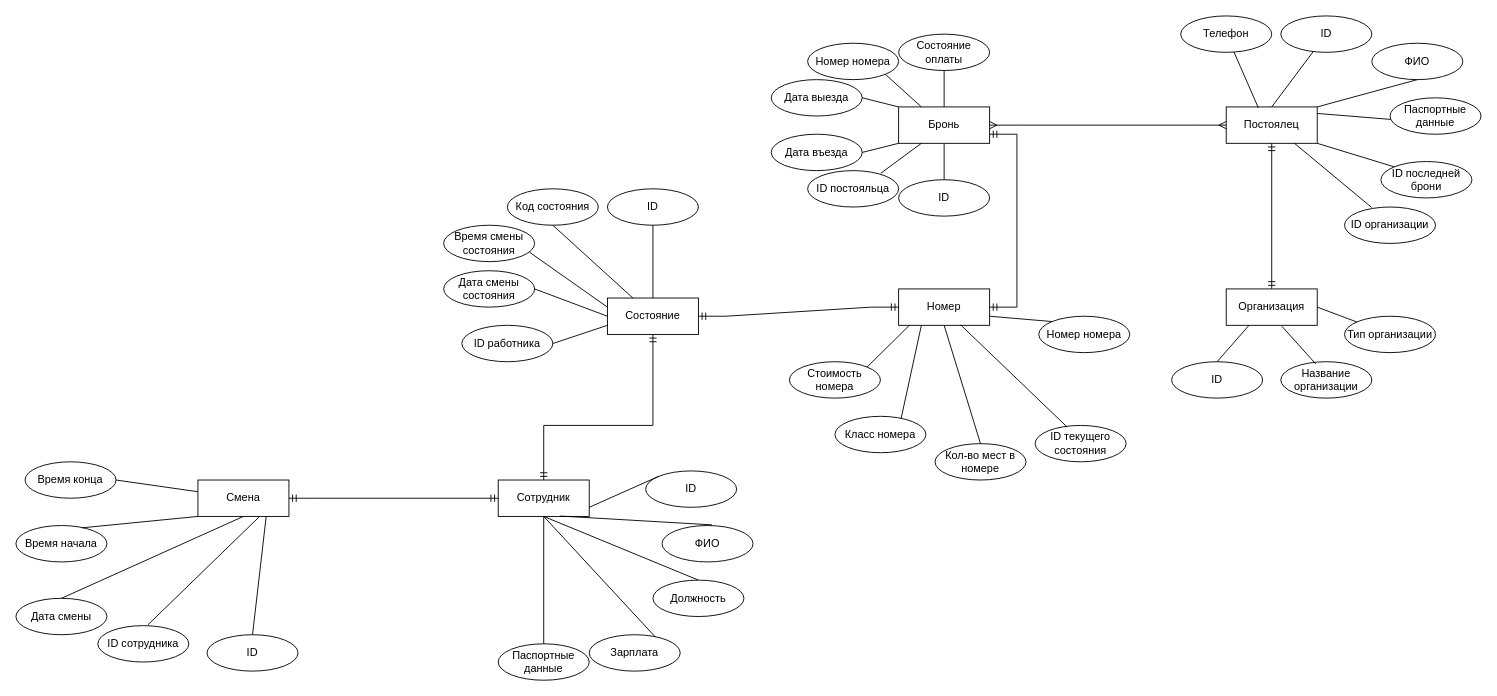
This is page "Диаграмма RU" (3 of 3) of Kostylev_Hostel.drawio from Haxersociety/DataBase_Hostel, a draw.io file, before an edit. Source tidied: cells renumbered, new cells numbered last; positions are measured from the earlier drawing's top-left corner, leaving out a move shared by most shapes. Both pictures are drawn from the tidied source at 91%, with x=0, y=0 at pixel (15, 15).
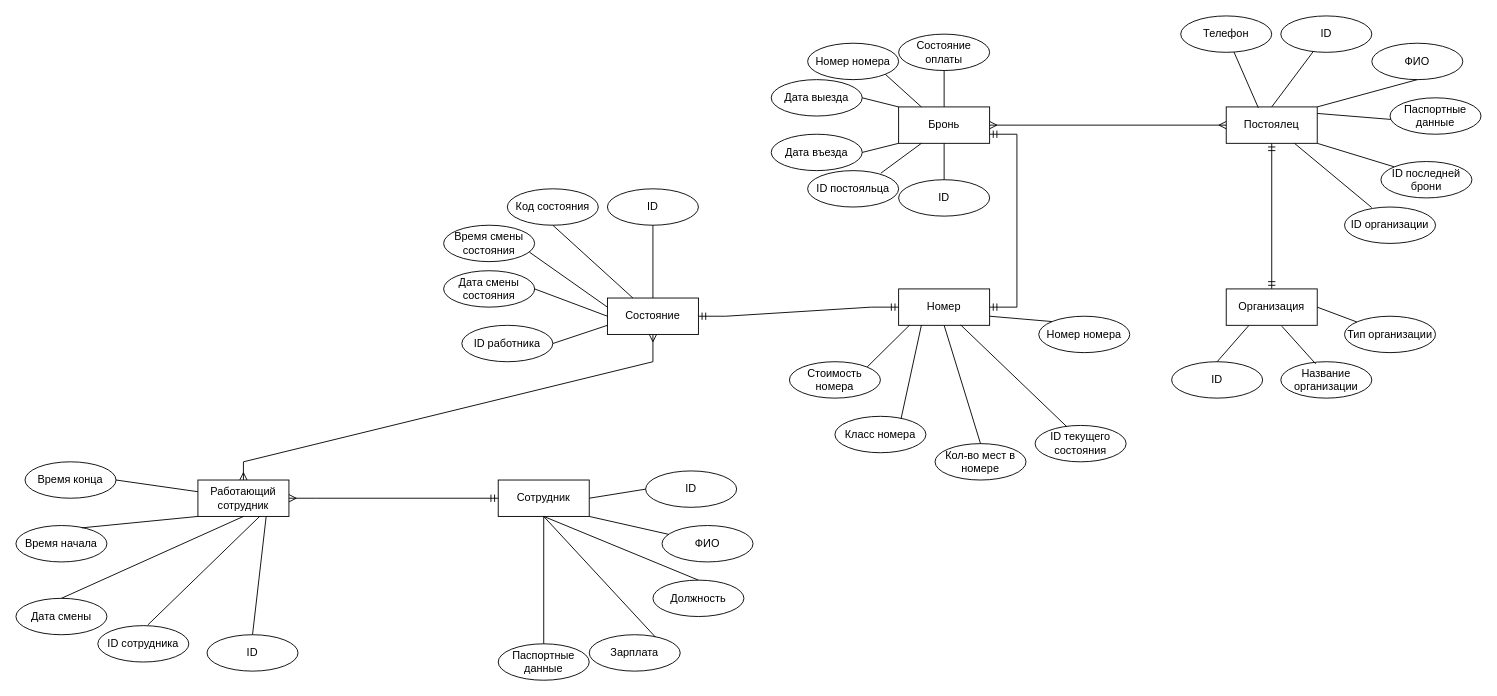
After the change.

Unchanged cells that the change refers to:
```xml
<mxCell id="50" value="Сотрудник" style="whiteSpace=wrap;html=1;align=center;" parent="1" vertex="1">
  <mxGeometry x="530" y="510" width="100" height="40" as="geometry" />
</mxCell>
<mxCell id="53" value="ФИО" style="ellipse;whiteSpace=wrap;html=1;align=center;strokeColor=default;" parent="1" vertex="1">
  <mxGeometry x="710" y="560" width="100" height="40" as="geometry" />
</mxCell>
<mxCell id="54" value="ID" style="ellipse;whiteSpace=wrap;html=1;align=center;strokeColor=default;" parent="1" vertex="1">
  <mxGeometry x="692" y="500" width="100" height="40" as="geometry" />
</mxCell>
<mxCell id="73" value="Состояние" style="whiteSpace=wrap;html=1;align=center;" parent="1" vertex="1">
  <mxGeometry x="650" y="310" width="100" height="40" as="geometry" />
</mxCell>
```

What changed in the source:
```diff
@@
-    <mxCell id="49" style="edgeStyle=orthogonalEdgeStyle;rounded=0;jettySize=auto;html=1;entryX=0.5;entryY=1;entryDx=0;entryDy=0;startArrow=ERmandOne;startFill=0;endArrow=ERmandOne;endFill=0;" parent="1" edge="1" source="50" target="73">
-      <mxGeometry relative="1" as="geometry">
-        <Array as="points">
-          <mxPoint x="580" y="450" />
-          <mxPoint x="700" y="450" />
-        </Array>
-      </mxGeometry>
-    </mxCell>
@@
-    <mxCell id="55" style="endArrow=none;html=1;rounded=0;exitX=0;exitY=0;exitDx=0;exitDy=0;entryX=1;entryY=0.75;entryDx=0;entryDy=0;" parent="1" edge="1" source="54" target="50">
+    <mxCell id="55" style="endArrow=none;html=1;rounded=0;exitX=0;exitY=0.5;exitDx=0;exitDy=0;entryX=1;entryY=0.5;entryDx=0;entryDy=0;" parent="1" edge="1" source="54" target="50">
       <mxGeometry relative="1" as="geometry" />
     </mxCell>
@@
-    <mxCell id="58" style="endArrow=none;html=1;rounded=0;exitX=0.549;exitY=-0.018;exitDx=0;exitDy=0;exitPerimeter=0;entryX=0.682;entryY=0.99;entryDx=0;entryDy=0;entryPerimeter=0;" parent="1" edge="1" source="53" target="50">
+    <mxCell id="58" style="endArrow=none;html=1;rounded=0;exitX=0.074;exitY=0.243;exitDx=0;exitDy=0;exitPerimeter=0;entryX=1;entryY=1;entryDx=0;entryDy=0;" parent="1" edge="1" source="53" target="50">
       <mxGeometry relative="1" as="geometry" />
     </mxCell>
@@
-    <mxCell id="61" value="Смена" style="whiteSpace=wrap;html=1;align=center;" parent="1" vertex="1">
+    <mxCell id="61" value="Работающий сотрудник" style="whiteSpace=wrap;html=1;align=center;" parent="1" vertex="1">
       <mxGeometry x="200" y="510" width="100" height="40" as="geometry" />
     </mxCell>
@@
-    <mxCell id="72" style="edgeStyle=entityRelationEdgeStyle;fontSize=12;html=1;endArrow=ERmandOne;startArrow=ERmandOne;rounded=0;exitX=1;exitY=0.5;exitDx=0;exitDy=0;entryX=0;entryY=0.5;entryDx=0;entryDy=0;" parent="1" edge="1" source="61" target="50">
+    <mxCell id="72" style="edgeStyle=entityRelationEdgeStyle;fontSize=12;html=1;endArrow=ERmandOne;startArrow=ERmany;rounded=0;exitX=1;exitY=0.5;exitDx=0;exitDy=0;endFill=0;entryX=0;entryY=0.5;entryDx=0;entryDy=0;startFill=0;" parent="1" edge="1" source="61" target="50">
       <mxGeometry relative="1" as="geometry" />
     </mxCell>
@@
+    <mxCell id="85" style="endArrow=ERmany;html=1;rounded=0;exitX=0.5;exitY=0;exitDx=0;exitDy=0;entryX=0.5;entryY=1;entryDx=0;entryDy=0;startArrow=ERmany;startFill=0;endFill=0;" parent="1" edge="1" source="61" target="73">
+      <mxGeometry relative="1" as="geometry">
+        <Array as="points">
+          <mxPoint x="250" y="490" />
+          <mxPoint x="700" y="380" />
+        </Array>
+      </mxGeometry>
+    </mxCell>
```
